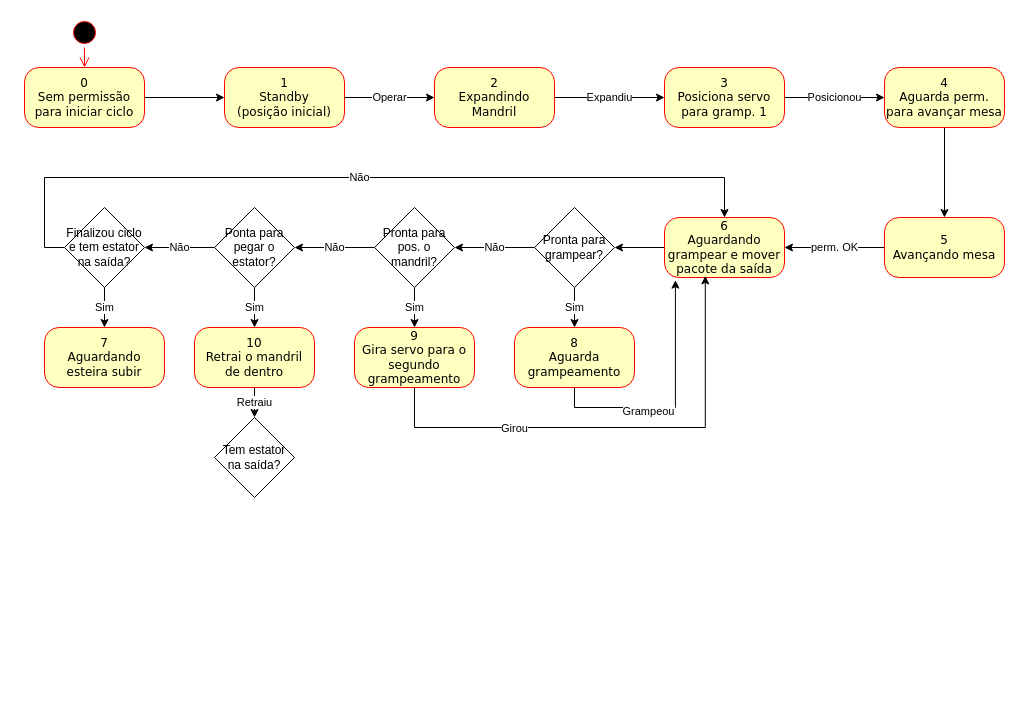
The draw.io diagram page "Mesa" (3 of 3) of M05765N01_GrampeadeiraG33.drawio in JonanMuller/WEGDiagrams, before the edit. Source tidied: cells renumbered, new cells numbered last; positions are measured from the earlier drawing's top-left corner, leaving out a move shared by most shapes. Both pictures are drawn from the tidied source at 100%, with x=0, y=0 at pixel (24, 17).
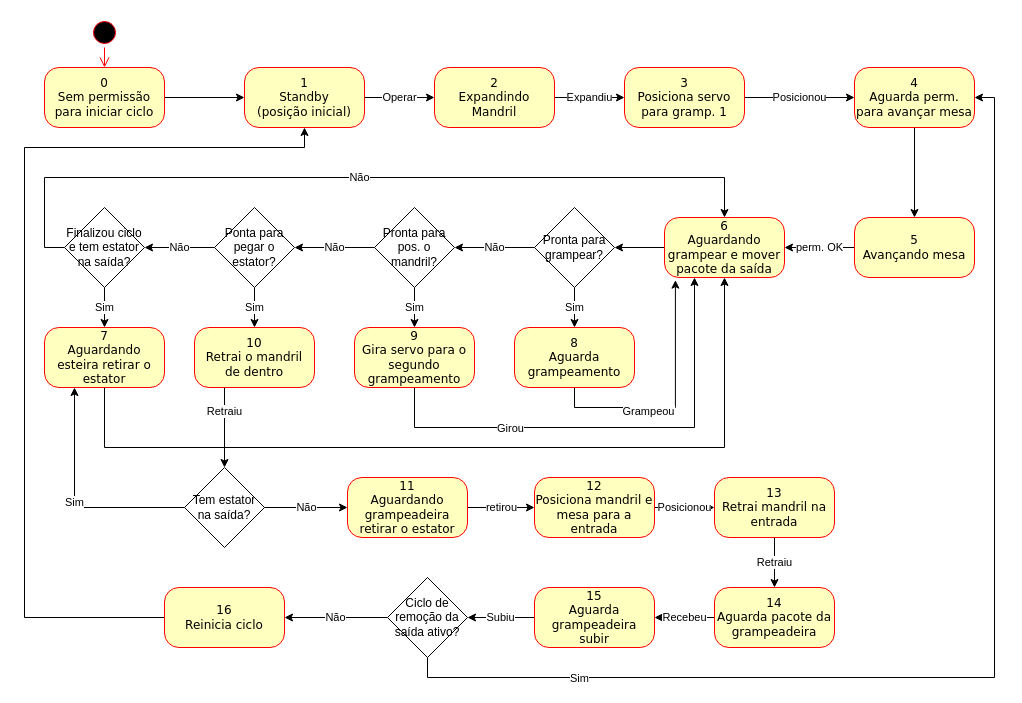
The same page after the edit.

Unchanged cells that the change refers to:
```xml
<mxCell id="17" value="6&lt;br&gt;Aguardando grampear e mover pacote da saída" style="rounded=1;whiteSpace=wrap;html=1;arcSize=24;fillColor=#ffffc0;strokeColor=#ff0000;shadow=0;comic=0;labelBackgroundColor=none;fontFamily=Verdana;fontSize=12;fontColor=#000000;align=center;" parent="1" vertex="1">
  <mxGeometry x="640" y="200" width="120" height="60" as="geometry" />
</mxCell>
<mxCell id="30" value="9&lt;br&gt;Gira servo para o segundo grampeamento" style="rounded=1;whiteSpace=wrap;html=1;arcSize=24;fillColor=#ffffc0;strokeColor=#ff0000;shadow=0;comic=0;labelBackgroundColor=none;fontFamily=Verdana;fontSize=12;fontColor=#000000;align=center;" parent="1" vertex="1">
  <mxGeometry x="330" y="310" width="120" height="60" as="geometry" />
</mxCell>
<mxCell id="35" value="10&lt;br&gt;Retrai o mandril&lt;br&gt;de dentro" style="rounded=1;whiteSpace=wrap;html=1;arcSize=24;fillColor=#ffffc0;strokeColor=#ff0000;shadow=0;comic=0;labelBackgroundColor=none;fontFamily=Verdana;fontSize=12;fontColor=#000000;align=center;" parent="1" vertex="1">
  <mxGeometry x="170" y="310" width="120" height="60" as="geometry" />
</mxCell>
```

Change to the diagram source:
```diff
@@
     <mxCell id="2" style="ellipse;html=1;shape=startState;fillColor=#000000;strokeColor=#ff0000;rounded=1;shadow=0;comic=0;labelBackgroundColor=none;fontFamily=Verdana;fontSize=12;fontColor=#000000;align=center;direction=south;" parent="1" vertex="1">
-      <mxGeometry x="45" width="30" height="30" as="geometry" />
+      <mxGeometry x="65" width="30" height="30" as="geometry" />
     </mxCell>
@@
     <mxCell id="4" value="1&lt;br&gt;Standby&lt;br&gt;(posição inicial)" style="rounded=1;whiteSpace=wrap;html=1;arcSize=24;fillColor=#ffffc0;strokeColor=#ff0000;shadow=0;comic=0;labelBackgroundColor=none;fontFamily=Verdana;fontSize=12;fontColor=#000000;align=center;" parent="1" vertex="1">
-      <mxGeometry x="200" y="50" width="120" height="60" as="geometry" />
+      <mxGeometry x="220" y="50" width="120" height="60" as="geometry" />
     </mxCell>
@@
     <mxCell id="6" value="0&lt;br&gt;Sem permissão&lt;br&gt;para iniciar ciclo" style="rounded=1;whiteSpace=wrap;html=1;arcSize=24;fillColor=#ffffc0;strokeColor=#ff0000;shadow=0;comic=0;labelBackgroundColor=none;fontFamily=Verdana;fontSize=12;fontColor=#000000;align=center;" parent="1" vertex="1">
-      <mxGeometry y="50" width="120" height="60" as="geometry" />
+      <mxGeometry x="20" y="50" width="120" height="60" as="geometry" />
     </mxCell>
@@
     <mxCell id="11" value="3&lt;br&gt;Posiciona servo para gramp. 1" style="rounded=1;whiteSpace=wrap;html=1;arcSize=24;fillColor=#ffffc0;strokeColor=#ff0000;shadow=0;comic=0;labelBackgroundColor=none;fontFamily=Verdana;fontSize=12;fontColor=#000000;align=center;" parent="1" vertex="1">
-      <mxGeometry x="640" y="50" width="120" height="60" as="geometry" />
+      <mxGeometry x="600" y="50" width="120" height="60" as="geometry" />
     </mxCell>
@@
     <mxCell id="13" value="4&lt;br style=&quot;border-color: var(--border-color);&quot;&gt;Aguarda perm.&lt;br style=&quot;border-color: var(--border-color);&quot;&gt;para avançar mesa" style="rounded=1;whiteSpace=wrap;html=1;arcSize=24;fillColor=#ffffc0;strokeColor=#ff0000;shadow=0;comic=0;labelBackgroundColor=none;fontFamily=Verdana;fontSize=12;fontColor=#000000;align=center;" parent="1" vertex="1">
-      <mxGeometry x="860" y="50" width="120" height="60" as="geometry" />
+      <mxGeometry x="830" y="50" width="120" height="60" as="geometry" />
     </mxCell>
@@
     <mxCell id="15" value="5&lt;br style=&quot;border-color: var(--border-color);&quot;&gt;Avançando mesa" style="rounded=1;whiteSpace=wrap;html=1;arcSize=24;fillColor=#ffffc0;strokeColor=#ff0000;shadow=0;comic=0;labelBackgroundColor=none;fontFamily=Verdana;fontSize=12;fontColor=#000000;align=center;" parent="1" vertex="1">
-      <mxGeometry x="860" y="200" width="120" height="60" as="geometry" />
+      <mxGeometry x="830" y="200" width="120" height="60" as="geometry" />
     </mxCell>
@@
+    <mxCell id="40" style="edgeStyle=orthogonalEdgeStyle;rounded=0;jettySize=auto;html=1;exitX=0.5;exitY=1;exitDx=0;exitDy=0;entryX=0.5;entryY=1;entryDx=0;entryDy=0;" parent="1" edge="1" source="18" target="17">
+      <mxGeometry relative="1" as="geometry">
+        <Array as="points">
+          <mxPoint x="80" y="430" />
+          <mxPoint x="700" y="430" />
+        </Array>
+      </mxGeometry>
+    </mxCell>
-    <mxCell id="18" value="7&lt;br&gt;Aguardando esteira subir" style="rounded=1;whiteSpace=wrap;html=1;arcSize=24;fillColor=#ffffc0;strokeColor=#ff0000;shadow=0;comic=0;labelBackgroundColor=none;fontFamily=Verdana;fontSize=12;fontColor=#000000;align=center;" parent="1" vertex="1">
+    <mxCell id="18" value="7&lt;br&gt;Aguardando esteira retirar o estator" style="rounded=1;whiteSpace=wrap;html=1;arcSize=24;fillColor=#ffffc0;strokeColor=#ff0000;shadow=0;comic=0;labelBackgroundColor=none;fontFamily=Verdana;fontSize=12;fontColor=#000000;align=center;" parent="1" vertex="1">
       <mxGeometry x="20" y="310" width="120" height="60" as="geometry" />
     </mxCell>
@@
-    <mxCell id="28" style="edgeStyle=orthogonalEdgeStyle;rounded=0;jettySize=auto;html=1;exitX=0.5;exitY=1;exitDx=0;exitDy=0;entryX=0.34;entryY=0.973;entryDx=0;entryDy=0;entryPerimeter=0;" parent="1" edge="1" source="30" target="17">
+    <mxCell id="28" style="edgeStyle=orthogonalEdgeStyle;rounded=0;jettySize=auto;html=1;exitX=0.5;exitY=1;exitDx=0;exitDy=0;entryX=0.25;entryY=1;entryDx=0;entryDy=0;" parent="1" edge="1" source="30" target="17">
       <mxGeometry relative="1" as="geometry">
         <Array as="points">
           <mxPoint x="390" y="410" />
-          <mxPoint x="680" y="410" />
-          <mxPoint x="680" y="258" />
+          <mxPoint x="670" y="410" />
         </Array>
       </mxGeometry>
     </mxCell>
@@
-    <mxCell id="34" value="Retraiu" style="edgeStyle=orthogonalEdgeStyle;rounded=0;jettySize=auto;html=1;" parent="1" edge="1" source="35" target="39">
-      <mxGeometry relative="1" as="geometry" />
+    <mxCell id="34" value="Retraiu" style="edgeStyle=orthogonalEdgeStyle;rounded=0;jettySize=auto;html=1;exitX=0.25;exitY=1;exitDx=0;exitDy=0;" parent="1" edge="1" source="35" target="39">
+      <mxGeometry x="-0.43" relative="1" as="geometry">
+        <mxPoint y="1" as="offset" />
+      </mxGeometry>
     </mxCell>
@@
+    <mxCell id="41" value="Sim" style="edgeStyle=orthogonalEdgeStyle;rounded=0;jettySize=auto;html=1;exitX=0;exitY=0.5;exitDx=0;exitDy=0;entryX=0.25;entryY=1;entryDx=0;entryDy=0;" parent="1" edge="1" source="39" target="18">
+      <mxGeometry relative="1" as="geometry">
+        <Array as="points">
+          <mxPoint x="50" y="490" />
+        </Array>
+      </mxGeometry>
+    </mxCell>
+    <mxCell id="42" value="Não" style="edgeStyle=orthogonalEdgeStyle;rounded=0;jettySize=auto;html=1;" parent="1" edge="1" source="39" target="44">
+      <mxGeometry relative="1" as="geometry" />
+    </mxCell>
     <mxCell id="39" value="Tem estator na saída?" style="rhombus;whiteSpace=wrap;html=1;" parent="1" vertex="1">
-      <mxGeometry x="190" y="400" width="80" height="80" as="geometry" />
+      <mxGeometry x="160" y="450" width="80" height="80" as="geometry" />
     </mxCell>
+    <mxCell id="43" value="retirou" style="edgeStyle=orthogonalEdgeStyle;rounded=0;jettySize=auto;html=1;" parent="1" edge="1" source="44" target="46">
+      <mxGeometry relative="1" as="geometry" />
+    </mxCell>
+    <mxCell id="44" value="11&lt;br&gt;Aguardando grampeadeira retirar o estator" style="rounded=1;whiteSpace=wrap;html=1;arcSize=24;fillColor=#ffffc0;strokeColor=#ff0000;shadow=0;comic=0;labelBackgroundColor=none;fontFamily=Verdana;fontSize=12;fontColor=#000000;align=center;" parent="1" vertex="1">
+      <mxGeometry x="323" y="460" width="120" height="60" as="geometry" />
+    </mxCell>
+    <mxCell id="45" value="Posicionou" style="edgeStyle=orthogonalEdgeStyle;rounded=0;jettySize=auto;html=1;" parent="1" edge="1" source="46" target="48">
+      <mxGeometry relative="1" as="geometry" />
+    </mxCell>
+    <mxCell id="46" value="12&lt;br&gt;Posiciona mandril e mesa para a entrada" style="rounded=1;whiteSpace=wrap;html=1;arcSize=24;fillColor=#ffffc0;strokeColor=#ff0000;shadow=0;comic=0;labelBackgroundColor=none;fontFamily=Verdana;fontSize=12;fontColor=#000000;align=center;" parent="1" vertex="1">
+      <mxGeometry x="510" y="460" width="120" height="60" as="geometry" />
+    </mxCell>
+    <mxCell id="47" value="Retraiu" style="edgeStyle=orthogonalEdgeStyle;rounded=0;jettySize=auto;html=1;" parent="1" edge="1" source="48" target="50">
+      <mxGeometry relative="1" as="geometry" />
+    </mxCell>
+    <mxCell id="48" value="13&lt;br&gt;Retrai mandril na entrada" style="rounded=1;whiteSpace=wrap;html=1;arcSize=24;fillColor=#ffffc0;strokeColor=#ff0000;shadow=0;comic=0;labelBackgroundColor=none;fontFamily=Verdana;fontSize=12;fontColor=#000000;align=center;" parent="1" vertex="1">
+      <mxGeometry x="690" y="460" width="120" height="60" as="geometry" />
+    </mxCell>
+    <mxCell id="49" value="Recebeu" style="edgeStyle=orthogonalEdgeStyle;rounded=0;jettySize=auto;html=1;" parent="1" edge="1" source="50" target="52">
+      <mxGeometry relative="1" as="geometry" />
+    </mxCell>
+    <mxCell id="50" value="14&lt;br&gt;Aguarda pacote da grampeadeira" style="rounded=1;whiteSpace=wrap;html=1;arcSize=24;fillColor=#ffffc0;strokeColor=#ff0000;shadow=0;comic=0;labelBackgroundColor=none;fontFamily=Verdana;fontSize=12;fontColor=#000000;align=center;" parent="1" vertex="1">
+      <mxGeometry x="690" y="570" width="120" height="60" as="geometry" />
+    </mxCell>
+    <mxCell id="51" value="Subiu" style="edgeStyle=orthogonalEdgeStyle;rounded=0;jettySize=auto;html=1;entryX=1;entryY=0.5;entryDx=0;entryDy=0;" parent="1" edge="1" source="52" target="58">
+      <mxGeometry relative="1" as="geometry" />
+    </mxCell>
+    <mxCell id="52" value="15&lt;br&gt;Aguarda grampeadeira subir" style="rounded=1;whiteSpace=wrap;html=1;arcSize=24;fillColor=#ffffc0;strokeColor=#ff0000;shadow=0;comic=0;labelBackgroundColor=none;fontFamily=Verdana;fontSize=12;fontColor=#000000;align=center;" parent="1" vertex="1">
+      <mxGeometry x="510" y="570" width="120" height="60" as="geometry" />
+    </mxCell>
+    <mxCell id="53" style="edgeStyle=orthogonalEdgeStyle;rounded=0;jettySize=auto;html=1;exitX=0;exitY=0.5;exitDx=0;exitDy=0;entryX=0.5;entryY=1;entryDx=0;entryDy=0;" parent="1" edge="1" source="54" target="4">
+      <mxGeometry relative="1" as="geometry">
+        <Array as="points">
+          <mxPoint y="600" />
+          <mxPoint y="130" />
+          <mxPoint x="280" y="130" />
+        </Array>
+      </mxGeometry>
+    </mxCell>
+    <mxCell id="54" value="16&lt;br&gt;Reinicia ciclo" style="rounded=1;whiteSpace=wrap;html=1;arcSize=24;fillColor=#ffffc0;strokeColor=#ff0000;shadow=0;comic=0;labelBackgroundColor=none;fontFamily=Verdana;fontSize=12;fontColor=#000000;align=center;" parent="1" vertex="1">
+      <mxGeometry x="140" y="570" width="120" height="60" as="geometry" />
+    </mxCell>
+    <mxCell id="55" value="Não" style="edgeStyle=orthogonalEdgeStyle;rounded=0;jettySize=auto;html=1;" parent="1" edge="1" source="58" target="54">
+      <mxGeometry relative="1" as="geometry" />
+    </mxCell>
+    <mxCell id="56" style="edgeStyle=orthogonalEdgeStyle;rounded=0;jettySize=auto;html=1;exitX=0.5;exitY=1;exitDx=0;exitDy=0;entryX=1;entryY=0.5;entryDx=0;entryDy=0;" parent="1" edge="1" source="58" target="13">
+      <mxGeometry relative="1" as="geometry" />
+    </mxCell>
+    <mxCell id="57" value="Sim" style="edgeLabel;html=1;align=center;verticalAlign=middle;" parent="56" vertex="1">
+      <mxGeometry x="-0.71" relative="1" as="geometry">
+        <mxPoint x="-1" as="offset" />
+      </mxGeometry>
+    </mxCell>
+    <mxCell id="58" value="Ciclo de remoção da saída ativo?" style="rhombus;whiteSpace=wrap;html=1;" parent="1" vertex="1">
+      <mxGeometry x="363" y="560" width="80" height="80" as="geometry" />
+    </mxCell>
```
